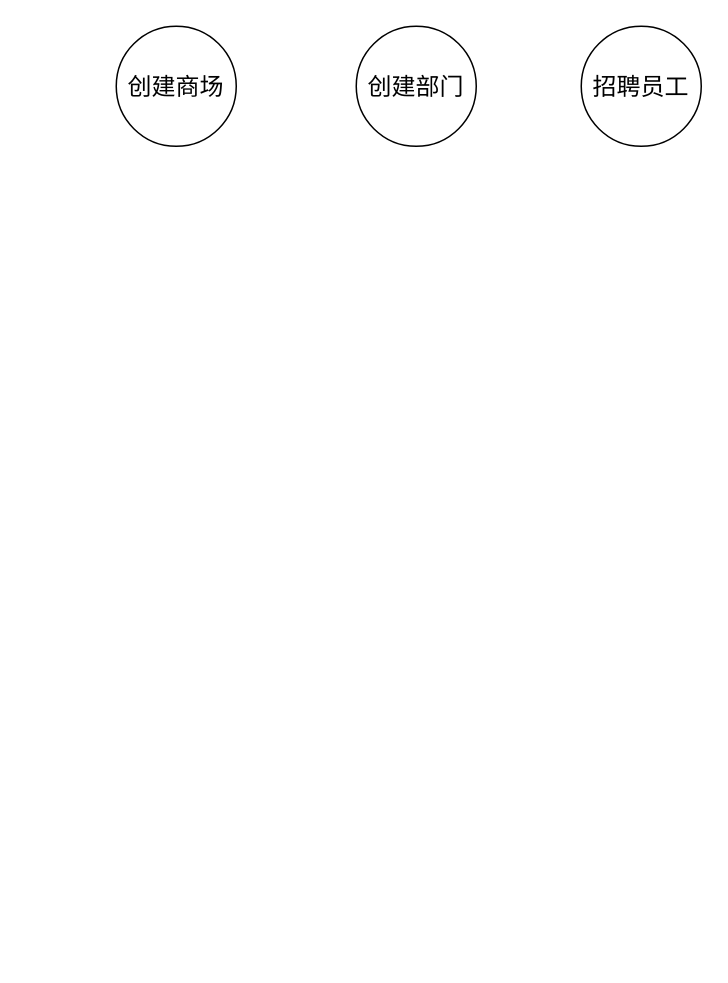
ArronVague/chatroom keeps this draw.io diagram as shopping_mall_data_flow_diagram.drawio. Above is the earlier version. Source tidied: cells renumbered, new cells numbered last; positions are measured from the earlier drawing's top-left corner, leaving out a move shared by most shapes. Both pictures are drawn from the tidied source at 150%, with x=0, y=0 at pixel (116, 26).
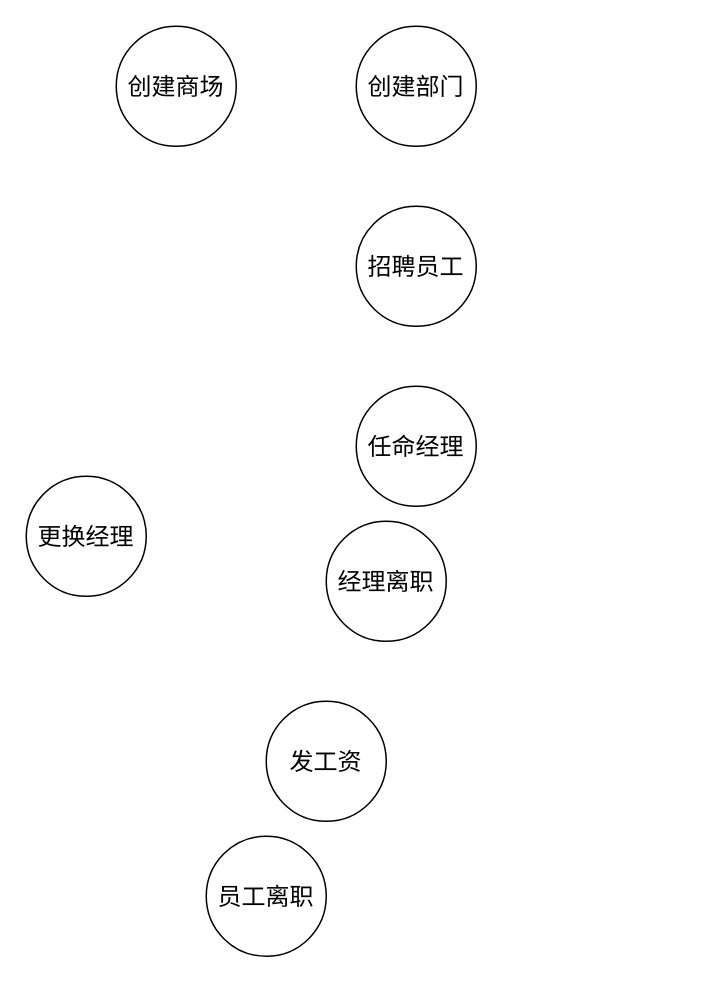
The same page after the edit.

Change to the diagram source:
```diff
@@
 <mxGraphModel>
   <root>
     <mxCell id="0" />
     <mxCell id="1" parent="0" />
     <mxCell id="2" value="创建商场" style="ellipse;whiteSpace=wrap;html=1;fontSize=16;" parent="1" vertex="1">
       <mxGeometry width="80" height="80" as="geometry" />
     </mxCell>
     <mxCell id="3" value="创建部门" style="ellipse;whiteSpace=wrap;html=1;fontSize=16;" parent="1" vertex="1">
       <mxGeometry x="160" width="80" height="80" as="geometry" />
     </mxCell>
     <mxCell id="4" value="招聘员工" style="ellipse;whiteSpace=wrap;html=1;fontSize=16;" parent="1" vertex="1">
-      <mxGeometry x="310" width="80" height="80" as="geometry" />
+      <mxGeometry x="160" y="120" width="80" height="80" as="geometry" />
     </mxCell>
+    <mxCell id="5" value="任命经理" style="ellipse;whiteSpace=wrap;html=1;fontSize=16;" parent="1" vertex="1">
+      <mxGeometry x="160" y="240" width="80" height="80" as="geometry" />
+    </mxCell>
+    <mxCell id="6" value="发工资" style="ellipse;whiteSpace=wrap;html=1;fontSize=16;" parent="1" vertex="1">
+      <mxGeometry x="100" y="450" width="80" height="80" as="geometry" />
+    </mxCell>
+    <mxCell id="7" value="更换经理" style="ellipse;whiteSpace=wrap;html=1;fontSize=16;" parent="1" vertex="1">
+      <mxGeometry x="-60" y="300" width="80" height="80" as="geometry" />
+    </mxCell>
+    <mxCell id="8" value="员工离职" style="ellipse;whiteSpace=wrap;html=1;fontSize=16;" parent="1" vertex="1">
+      <mxGeometry x="60" y="540" width="80" height="80" as="geometry" />
+    </mxCell>
+    <mxCell id="9" value="经理离职" style="ellipse;whiteSpace=wrap;html=1;fontSize=16;" parent="1" vertex="1">
+      <mxGeometry x="140" y="330" width="80" height="80" as="geometry" />
+    </mxCell>
   </root>
 </mxGraphModel>
```
